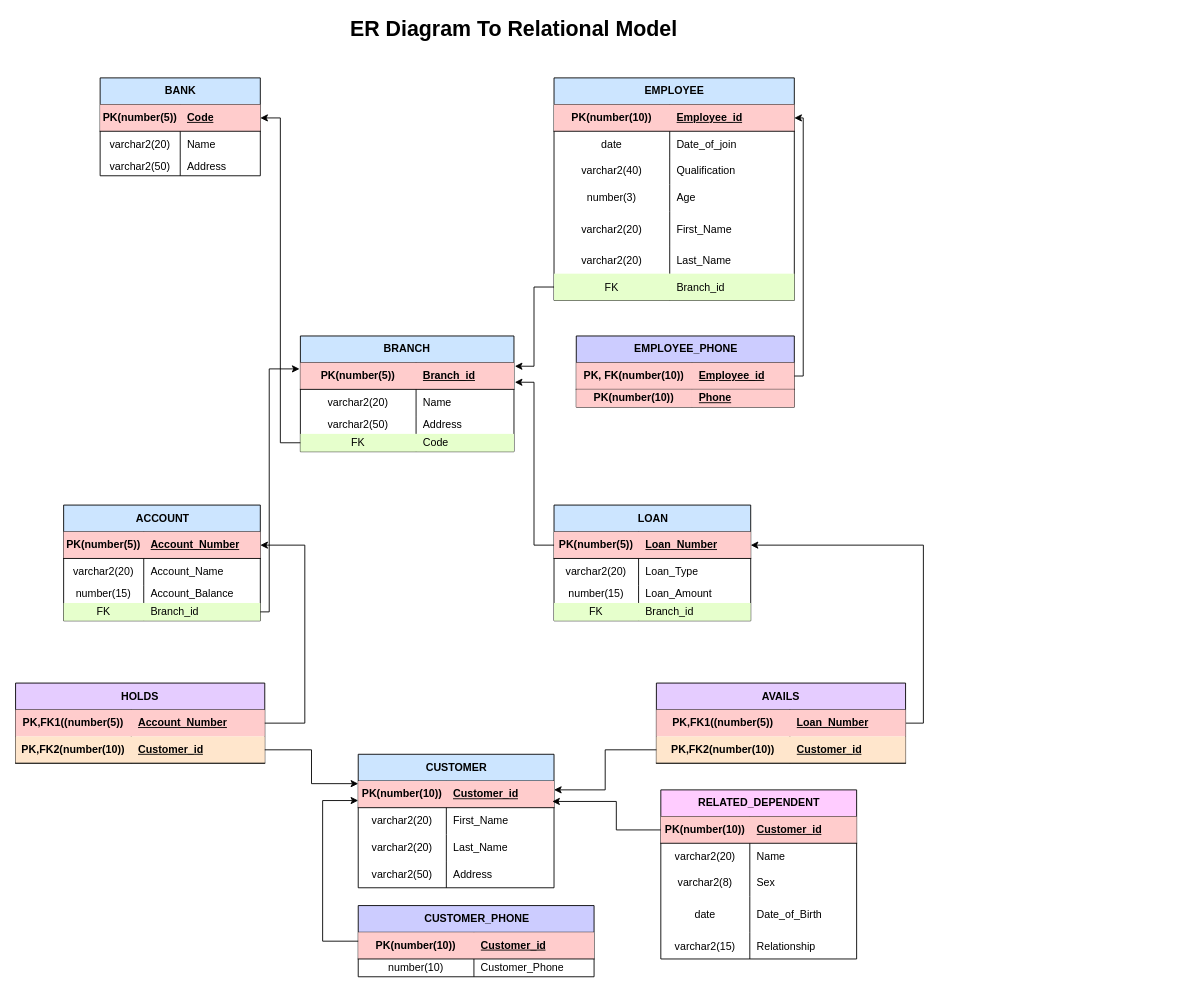
Before: page "Page-2" (2 of 2) of Relational_model_from_ER_Diagram.drawio in Anurag404OpenSourceRules/Bank-Management-System-ERD, a draw.io diagram. Source tidied: cells renumbered, new cells numbered last; positions are measured from the earlier drawing's top-left corner, leaving out a move shared by most shapes. Both pictures are drawn from the tidied source at 89%, with x=0, y=0 at pixel (15, 15).
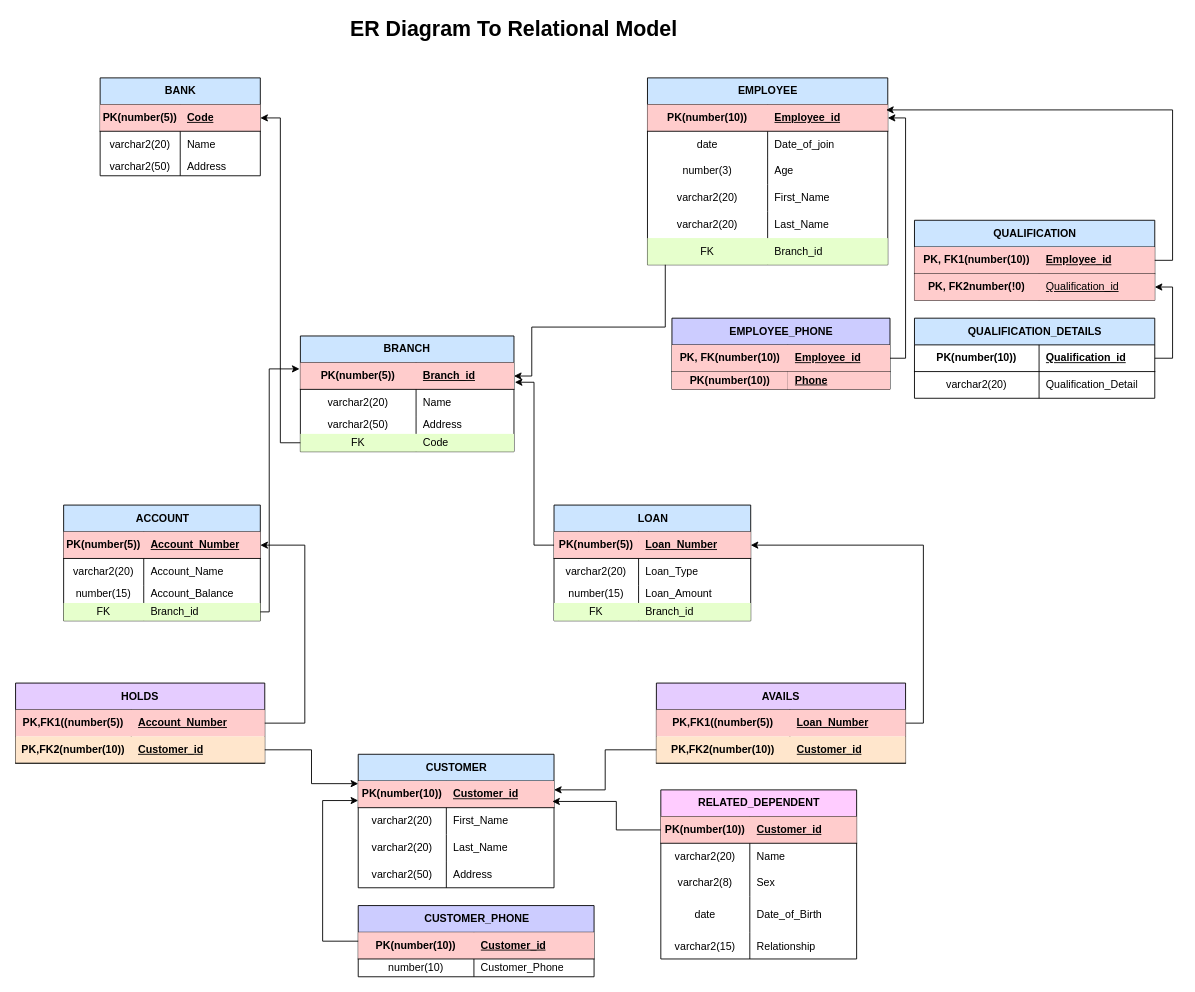
The same diagram, later.

Commit message:
Normalized The Employee Table

The change refers to these unchanged cells:
```xml
<mxCell id="14" style="shape=tableRow;horizontal=0;startSize=0;swimlaneHead=0;swimlaneBody=0;fillColor=#FFCCCC;points=[[0,0.5],[1,0.5]];portConstraint=eastwest;top=0;left=0;right=0;bottom=1;" parent="13" vertex="1">
  <mxGeometry y="30" width="240" height="30" as="geometry" />
</mxCell>
<mxCell id="49" style="shape=tableRow;horizontal=0;startSize=0;swimlaneHead=0;swimlaneBody=0;fillColor=#FFCCCC;points=[[0,0.5],[1,0.5]];portConstraint=eastwest;top=0;left=0;right=0;bottom=1;" parent="48" vertex="1">
  <mxGeometry y="30" width="245" height="30" as="geometry" />
</mxCell>
```

Diff of the diagram source:
```diff
@@
-    <mxCell id="26" value="EMPLOYEE" style="shape=table;startSize=30;childLayout=tableLayout;rowLines=0;fontStyle=1;align=center;html=1;fillColor=#CCE5FF;" parent="1" vertex="1">
-      <mxGeometry x="605" y="70" width="270" height="250" as="geometry" />
-    </mxCell>
-    <mxCell id="27" style="shape=tableRow;horizontal=0;startSize=0;swimlaneHead=0;swimlaneBody=0;fillColor=#FFCCCC;points=[[0,0.5],[1,0.5]];portConstraint=eastwest;top=0;left=0;right=0;bottom=1;" parent="26" vertex="1">
-      <mxGeometry y="30" width="270" height="30" as="geometry" />
-    </mxCell>
-    <mxCell id="28" value="PK(number(10))" style="shape=partialRectangle;fillColor=none;top=0;left=0;bottom=0;right=0;fontStyle=1;overflow=hidden;whiteSpace=wrap;html=1;" parent="27" vertex="1">
-      <mxGeometry width="130" height="30" as="geometry" />
-    </mxCell>
-    <mxCell id="29" value="Employee_id" style="shape=partialRectangle;fillColor=none;top=0;left=0;bottom=0;right=0;align=left;spacingLeft=6;fontStyle=5;overflow=hidden;whiteSpace=wrap;html=1;" parent="27" vertex="1">
-      <mxGeometry x="130" width="140" height="30" as="geometry" />
-    </mxCell>
-    <mxCell id="30" style="shape=tableRow;horizontal=0;startSize=0;swimlaneHead=0;swimlaneBody=0;fillColor=none;top=0;left=0;right=0;bottom=0;" parent="26" vertex="1">
-      <mxGeometry y="60" width="270" height="30" as="geometry" />
-    </mxCell>
-    <mxCell id="31" value="date" style="shape=partialRectangle;fillColor=none;top=0;left=0;bottom=0;right=0;overflow=hidden;whiteSpace=wrap;html=1;" parent="30" vertex="1">
-      <mxGeometry width="130" height="30" as="geometry" />
-    </mxCell>
-    <mxCell id="32" value="Date_of_join" style="shape=partialRectangle;fillColor=none;top=0;left=0;bottom=0;right=0;align=left;spacingLeft=6;overflow=hidden;whiteSpace=wrap;html=1;" parent="30" vertex="1">
-      <mxGeometry x="130" width="140" height="30" as="geometry" />
-    </mxCell>
-    <mxCell id="33" style="shape=tableRow;horizontal=0;startSize=0;swimlaneHead=0;swimlaneBody=0;fillColor=none;top=0;left=0;right=0;bottom=0;" parent="26" vertex="1">
-      <mxGeometry y="90" width="270" height="30" as="geometry" />
-    </mxCell>
-    <mxCell id="34" value="varchar2(40)" style="shape=partialRectangle;fillColor=none;top=0;left=0;bottom=0;right=0;overflow=hidden;whiteSpace=wrap;html=1;" parent="33" vertex="1">
-      <mxGeometry width="130" height="30" as="geometry" />
-    </mxCell>
-    <mxCell id="35" value="Qualification" style="shape=partialRectangle;fillColor=none;top=0;left=0;bottom=0;right=0;align=left;spacingLeft=6;overflow=hidden;whiteSpace=wrap;html=1;" parent="33" vertex="1">
-      <mxGeometry x="130" width="140" height="30" as="geometry" />
-    </mxCell>
-    <mxCell id="36" style="shape=tableRow;horizontal=0;startSize=0;swimlaneHead=0;swimlaneBody=0;fillColor=none;top=0;left=0;right=0;bottom=0;" parent="26" vertex="1">
-      <mxGeometry y="120" width="270" height="30" as="geometry" />
-    </mxCell>
-    <mxCell id="37" value="number(3)" style="shape=partialRectangle;fillColor=none;top=0;left=0;bottom=0;right=0;overflow=hidden;whiteSpace=wrap;html=1;" parent="36" vertex="1">
-      <mxGeometry width="130" height="30" as="geometry" />
-    </mxCell>
-    <mxCell id="38" value="Age" style="shape=partialRectangle;fillColor=none;top=0;left=0;bottom=0;right=0;align=left;spacingLeft=6;overflow=hidden;whiteSpace=wrap;html=1;" parent="36" vertex="1">
-      <mxGeometry x="130" width="140" height="30" as="geometry" />
-    </mxCell>
-    <mxCell id="39" style="shape=tableRow;horizontal=0;startSize=0;swimlaneHead=0;swimlaneBody=0;fillColor=none;top=0;left=0;right=0;bottom=0;" parent="26" vertex="1">
-      <mxGeometry y="150" width="270" height="40" as="geometry" />
-    </mxCell>
-    <mxCell id="40" value="varchar2(20)" style="shape=partialRectangle;fillColor=none;top=0;left=0;bottom=0;right=0;overflow=hidden;" parent="39" vertex="1">
-      <mxGeometry width="130" height="40" as="geometry" />
-    </mxCell>
-    <mxCell id="41" value="First_Name" style="shape=partialRectangle;fillColor=none;top=0;left=0;bottom=0;right=0;align=left;spacingLeft=6;overflow=hidden;" parent="39" vertex="1">
-      <mxGeometry x="130" width="140" height="40" as="geometry" />
-    </mxCell>
-    <mxCell id="42" style="shape=tableRow;horizontal=0;startSize=0;swimlaneHead=0;swimlaneBody=0;fillColor=none;top=0;left=0;right=0;bottom=0;" parent="26" vertex="1">
-      <mxGeometry y="190" width="270" height="30" as="geometry" />
-    </mxCell>
-    <mxCell id="43" value="varchar2(20)" style="shape=partialRectangle;fillColor=none;top=0;left=0;bottom=0;right=0;overflow=hidden;" parent="42" vertex="1">
-      <mxGeometry width="130" height="30" as="geometry" />
-    </mxCell>
-    <mxCell id="44" value="Last_Name" style="shape=partialRectangle;fillColor=none;top=0;left=0;bottom=0;right=0;align=left;spacingLeft=6;overflow=hidden;" parent="42" vertex="1">
-      <mxGeometry x="130" width="140" height="30" as="geometry" />
-    </mxCell>
-    <mxCell id="45" style="shape=tableRow;horizontal=0;startSize=0;swimlaneHead=0;swimlaneBody=0;fillColor=#E6FFCC;points=[[0,0.5],[1,0.5]];portConstraint=eastwest;top=0;left=0;right=0;bottom=0;" parent="26" vertex="1">
-      <mxGeometry y="220" width="270" height="30" as="geometry" />
-    </mxCell>
-    <mxCell id="46" value="FK" style="shape=partialRectangle;fillColor=none;top=0;left=0;bottom=0;right=0;overflow=hidden;" parent="45" vertex="1">
-      <mxGeometry width="130" height="30" as="geometry" />
-    </mxCell>
-    <mxCell id="47" value="Branch_id" style="shape=partialRectangle;fillColor=none;top=0;left=0;bottom=0;right=0;align=left;spacingLeft=6;overflow=hidden;" parent="45" vertex="1">
-      <mxGeometry x="130" width="140" height="30" as="geometry" />
-    </mxCell>
     <mxCell id="48" value="EMPLOYEE_PHONE" style="shape=table;startSize=30;childLayout=tableLayout;rowLines=0;fontStyle=1;align=center;html=1;fillColor=#CCCCFF;" parent="1" vertex="1">
-      <mxGeometry x="630" y="360" width="245" height="80" as="geometry" />
+      <mxGeometry x="737.5" y="340" width="245" height="80" as="geometry" />
     </mxCell>
@@
-    <mxCell id="126" style="edgeStyle=orthogonalEdgeStyle;rounded=0;jettySize=auto;html=1;entryX=1;entryY=0.5;entryDx=0;entryDy=0;" parent="1" edge="1" source="49" target="27">
-      <mxGeometry relative="1" as="geometry">
-        <Array as="points">
-          <mxPoint x="885" y="405" />
-          <mxPoint x="885" y="115" />
-        </Array>
-      </mxGeometry>
-    </mxCell>
@@
-    <mxCell id="131" style="edgeStyle=orthogonalEdgeStyle;rounded=0;jettySize=auto;html=1;entryX=1.004;entryY=0.133;entryDx=0;entryDy=0;entryPerimeter=0;" parent="1" edge="1" source="45" target="14">
-      <mxGeometry relative="1" as="geometry" />
-    </mxCell>
@@
+    <mxCell id="26" value="EMPLOYEE" style="shape=table;startSize=30;childLayout=tableLayout;rowLines=0;fontStyle=1;align=center;html=1;fillColor=#CCE5FF;" parent="1" vertex="1">
+      <mxGeometry x="710" y="70" width="270" height="210" as="geometry" />
+    </mxCell>
+    <mxCell id="142" style="shape=tableRow;horizontal=0;startSize=0;swimlaneHead=0;swimlaneBody=0;fillColor=#FFCCCC;points=[[0,0.5],[1,0.5]];portConstraint=eastwest;top=0;left=0;right=0;bottom=1;" parent="26" vertex="1">
+      <mxGeometry y="30" width="270" height="30" as="geometry" />
+    </mxCell>
+    <mxCell id="143" value="PK(number(10))" style="shape=partialRectangle;fillColor=none;top=0;left=0;bottom=0;right=0;fontStyle=1;overflow=hidden;whiteSpace=wrap;html=1;" parent="142" vertex="1">
+      <mxGeometry width="135" height="30" as="geometry" />
+    </mxCell>
+    <mxCell id="144" value="Employee_id" style="shape=partialRectangle;fillColor=none;top=0;left=0;bottom=0;right=0;align=left;spacingLeft=6;fontStyle=5;overflow=hidden;whiteSpace=wrap;html=1;" parent="142" vertex="1">
+      <mxGeometry x="135" width="135" height="30" as="geometry" />
+    </mxCell>
+    <mxCell id="145" style="shape=tableRow;horizontal=0;startSize=0;swimlaneHead=0;swimlaneBody=0;fillColor=none;top=0;left=0;right=0;bottom=0;" parent="26" vertex="1">
+      <mxGeometry y="60" width="270" height="30" as="geometry" />
+    </mxCell>
+    <mxCell id="31" value="date" style="shape=partialRectangle;fillColor=none;top=0;left=0;bottom=0;right=0;overflow=hidden;whiteSpace=wrap;html=1;" parent="145" vertex="1">
+      <mxGeometry width="135" height="30" as="geometry" />
+    </mxCell>
+    <mxCell id="32" value="Date_of_join" style="shape=partialRectangle;fillColor=none;top=0;left=0;bottom=0;right=0;align=left;spacingLeft=6;overflow=hidden;whiteSpace=wrap;html=1;" parent="145" vertex="1">
+      <mxGeometry x="135" width="135" height="30" as="geometry" />
+    </mxCell>
+    <mxCell id="33" style="shape=tableRow;horizontal=0;startSize=0;swimlaneHead=0;swimlaneBody=0;fillColor=none;top=0;left=0;right=0;bottom=0;" parent="26" vertex="1">
+      <mxGeometry y="90" width="270" height="30" as="geometry" />
+    </mxCell>
+    <mxCell id="37" value="number(3)" style="shape=partialRectangle;fillColor=none;top=0;left=0;bottom=0;right=0;overflow=hidden;whiteSpace=wrap;html=1;" parent="33" vertex="1">
+      <mxGeometry width="135" height="30" as="geometry" />
+    </mxCell>
+    <mxCell id="38" value="Age" style="shape=partialRectangle;fillColor=none;top=0;left=0;bottom=0;right=0;align=left;spacingLeft=6;overflow=hidden;whiteSpace=wrap;html=1;" parent="33" vertex="1">
+      <mxGeometry x="135" width="135" height="30" as="geometry" />
+    </mxCell>
+    <mxCell id="36" style="shape=tableRow;horizontal=0;startSize=0;swimlaneHead=0;swimlaneBody=0;fillColor=none;top=0;left=0;right=0;bottom=0;" parent="26" vertex="1">
+      <mxGeometry y="120" width="270" height="30" as="geometry" />
+    </mxCell>
+    <mxCell id="146" value="varchar2(20)" style="shape=partialRectangle;fillColor=none;top=0;left=0;bottom=0;right=0;overflow=hidden;whiteSpace=wrap;html=1;" parent="36" vertex="1">
+      <mxGeometry width="135" height="30" as="geometry" />
+    </mxCell>
+    <mxCell id="41" value="First_Name" style="shape=partialRectangle;fillColor=none;top=0;left=0;bottom=0;right=0;align=left;spacingLeft=6;overflow=hidden;whiteSpace=wrap;html=1;" parent="36" vertex="1">
+      <mxGeometry x="135" width="135" height="30" as="geometry" />
+    </mxCell>
+    <mxCell id="147" style="shape=tableRow;horizontal=0;startSize=0;swimlaneHead=0;swimlaneBody=0;fillColor=none;top=0;left=0;right=0;bottom=0;" parent="26" vertex="1">
+      <mxGeometry y="150" width="270" height="30" as="geometry" />
+    </mxCell>
+    <mxCell id="148" value="varchar2(20)" style="shape=partialRectangle;fillColor=none;top=0;left=0;bottom=0;right=0;overflow=hidden;whiteSpace=wrap;html=1;" parent="147" vertex="1">
+      <mxGeometry width="135" height="30" as="geometry" />
+    </mxCell>
+    <mxCell id="44" value="Last_Name" style="shape=partialRectangle;fillColor=none;top=0;left=0;bottom=0;right=0;align=left;spacingLeft=6;overflow=hidden;whiteSpace=wrap;html=1;" parent="147" vertex="1">
+      <mxGeometry x="135" width="135" height="30" as="geometry" />
+    </mxCell>
+    <mxCell id="149" style="shape=tableRow;horizontal=0;startSize=0;swimlaneHead=0;swimlaneBody=0;fillColor=#E6FFCC;points=[[0,0.5],[1,0.5]];portConstraint=eastwest;top=0;left=0;right=0;bottom=0;" parent="26" vertex="1">
+      <mxGeometry y="180" width="270" height="30" as="geometry" />
+    </mxCell>
+    <mxCell id="46" value="FK" style="shape=partialRectangle;fillColor=none;top=0;left=0;bottom=0;right=0;overflow=hidden;whiteSpace=wrap;html=1;" parent="149" vertex="1">
+      <mxGeometry width="135" height="30" as="geometry" />
+    </mxCell>
+    <mxCell id="47" value="Branch_id" style="shape=partialRectangle;fillColor=none;top=0;left=0;bottom=0;right=0;align=left;spacingLeft=6;overflow=hidden;whiteSpace=wrap;html=1;" parent="149" vertex="1">
+      <mxGeometry x="135" width="135" height="30" as="geometry" />
+    </mxCell>
+    <mxCell id="150" value="QUALIFICATION" style="shape=table;startSize=30;childLayout=tableLayout;rowLines=0;fontStyle=1;align=center;html=1;fillColor=#CCE5FF;" parent="1" vertex="1">
+      <mxGeometry x="1010" y="230" width="270" height="90" as="geometry" />
+    </mxCell>
+    <mxCell id="151" style="shape=tableRow;horizontal=0;startSize=0;swimlaneHead=0;swimlaneBody=0;fillColor=#FFCCCC;points=[[0,0.5],[1,0.5]];portConstraint=eastwest;top=0;left=0;right=0;bottom=1;" parent="150" vertex="1">
+      <mxGeometry y="30" width="270" height="30" as="geometry" />
+    </mxCell>
+    <mxCell id="152" value="PK, FK1(number(10))" style="shape=partialRectangle;fillColor=none;top=0;left=0;bottom=0;right=0;fontStyle=1;overflow=hidden;whiteSpace=wrap;html=1;" parent="151" vertex="1">
+      <mxGeometry width="140" height="30" as="geometry" />
+    </mxCell>
+    <mxCell id="153" value="Employee_id" style="shape=partialRectangle;fillColor=none;top=0;left=0;bottom=0;right=0;align=left;spacingLeft=6;fontStyle=5;overflow=hidden;whiteSpace=wrap;html=1;" parent="151" vertex="1">
+      <mxGeometry x="140" width="130" height="30" as="geometry" />
+    </mxCell>
+    <mxCell id="154" style="shape=tableRow;horizontal=0;startSize=0;swimlaneHead=0;swimlaneBody=0;fillColor=#FFCCCC;points=[[0,0.5],[1,0.5]];portConstraint=eastwest;top=0;left=0;right=0;bottom=0;" parent="150" vertex="1">
+      <mxGeometry y="60" width="270" height="30" as="geometry" />
+    </mxCell>
+    <mxCell id="155" value="&lt;b&gt;PK, FK2number(!0)&lt;/b&gt;" style="shape=partialRectangle;fillColor=none;top=0;left=0;bottom=0;right=0;overflow=hidden;whiteSpace=wrap;html=1;" parent="154" vertex="1">
+      <mxGeometry width="140" height="30" as="geometry" />
+    </mxCell>
+    <mxCell id="156" value="&lt;u&gt;Qualification_id&lt;/u&gt;" style="shape=partialRectangle;fillColor=none;top=0;left=0;bottom=0;right=0;align=left;spacingLeft=6;overflow=hidden;whiteSpace=wrap;html=1;" parent="154" vertex="1">
+      <mxGeometry x="140" width="130" height="30" as="geometry" />
+    </mxCell>
+    <mxCell id="157" value="QUALIFICATION_DETAILS" style="shape=table;startSize=30;childLayout=tableLayout;rowLines=0;fontStyle=1;align=center;html=1;fillColor=#CCE5FF;" parent="1" vertex="1">
+      <mxGeometry x="1010" y="340" width="270" height="90" as="geometry" />
+    </mxCell>
+    <mxCell id="158" style="shape=tableRow;horizontal=0;startSize=0;swimlaneHead=0;swimlaneBody=0;fillColor=none;points=[[0,0.5],[1,0.5]];portConstraint=eastwest;top=0;left=0;right=0;bottom=1;" parent="157" vertex="1">
+      <mxGeometry y="30" width="270" height="30" as="geometry" />
+    </mxCell>
+    <mxCell id="159" value="PK(number(10))" style="shape=partialRectangle;fillColor=none;top=0;left=0;bottom=0;right=0;fontStyle=1;overflow=hidden;whiteSpace=wrap;html=1;" parent="158" vertex="1">
+      <mxGeometry width="140" height="30" as="geometry" />
+    </mxCell>
+    <mxCell id="160" value="Qualification_id" style="shape=partialRectangle;fillColor=none;top=0;left=0;bottom=0;right=0;align=left;spacingLeft=6;fontStyle=5;overflow=hidden;whiteSpace=wrap;html=1;" parent="158" vertex="1">
+      <mxGeometry x="140" width="130" height="30" as="geometry" />
+    </mxCell>
+    <mxCell id="161" style="shape=tableRow;horizontal=0;startSize=0;swimlaneHead=0;swimlaneBody=0;fillColor=none;top=0;left=0;right=0;bottom=0;" parent="157" vertex="1">
+      <mxGeometry y="60" width="270" height="30" as="geometry" />
+    </mxCell>
+    <mxCell id="162" value="varchar2(20)" style="shape=partialRectangle;fillColor=none;top=0;left=0;bottom=0;right=0;overflow=hidden;whiteSpace=wrap;html=1;" parent="161" vertex="1">
+      <mxGeometry width="140" height="30" as="geometry" />
+    </mxCell>
+    <mxCell id="163" value="Qualification_Detail" style="shape=partialRectangle;fillColor=none;top=0;left=0;bottom=0;right=0;align=left;spacingLeft=6;overflow=hidden;whiteSpace=wrap;html=1;" parent="161" vertex="1">
+      <mxGeometry x="140" width="130" height="30" as="geometry" />
+    </mxCell>
+    <mxCell id="164" style="edgeStyle=orthogonalEdgeStyle;rounded=0;jettySize=auto;html=1;entryX=1;entryY=0.5;entryDx=0;entryDy=0;" parent="1" edge="1" source="149" target="14">
+      <mxGeometry relative="1" as="geometry">
+        <Array as="points">
+          <mxPoint x="730" y="265" />
+          <mxPoint x="730" y="350" />
+          <mxPoint x="580" y="350" />
+          <mxPoint x="580" y="405" />
+        </Array>
+      </mxGeometry>
+    </mxCell>
+    <mxCell id="165" style="edgeStyle=orthogonalEdgeStyle;rounded=0;jettySize=auto;html=1;entryX=1;entryY=0.5;entryDx=0;entryDy=0;" parent="1" edge="1" source="158" target="154">
+      <mxGeometry relative="1" as="geometry">
+        <Array as="points">
+          <mxPoint x="1300" y="385" />
+          <mxPoint x="1300" y="305" />
+        </Array>
+      </mxGeometry>
+    </mxCell>
+    <mxCell id="166" style="edgeStyle=orthogonalEdgeStyle;rounded=0;jettySize=auto;html=1;entryX=1;entryY=0.5;entryDx=0;entryDy=0;" parent="1" edge="1" source="49" target="142">
+      <mxGeometry relative="1" as="geometry">
+        <Array as="points">
+          <mxPoint x="1000" y="385" />
+          <mxPoint x="1000" y="115" />
+        </Array>
+      </mxGeometry>
+    </mxCell>
+    <mxCell id="167" style="edgeStyle=orthogonalEdgeStyle;rounded=0;jettySize=auto;html=1;exitX=1;exitY=0.5;exitDx=0;exitDy=0;entryX=0.993;entryY=0.2;entryDx=0;entryDy=0;entryPerimeter=0;" parent="1" edge="1" source="151" target="142">
+      <mxGeometry relative="1" as="geometry" />
+    </mxCell>
```
